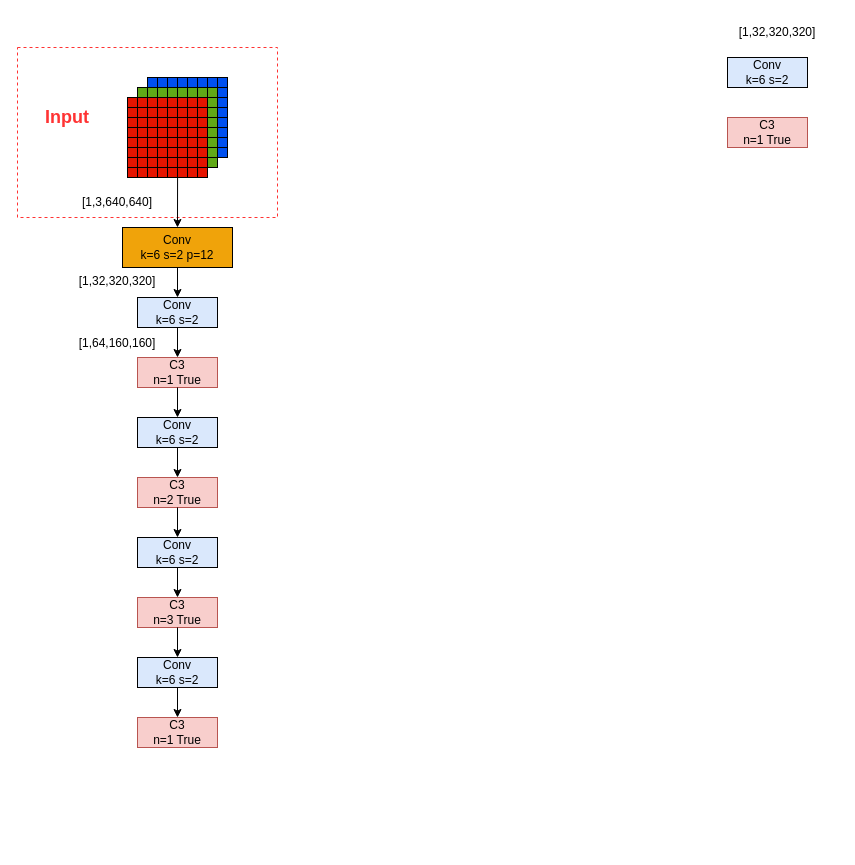
The draw.io diagram Draw.io/本科毕业设计/YOLOv5s_6.x.drawio in Arete-FFF/PicGo, before the edit. Source tidied: cells renumbered, new cells numbered last; positions are measured from the earlier drawing's top-left corner, leaving out a move shared by most shapes. Both pictures are drawn from the tidied source at 100%, with x=0, y=0 at pixel (17, 17).
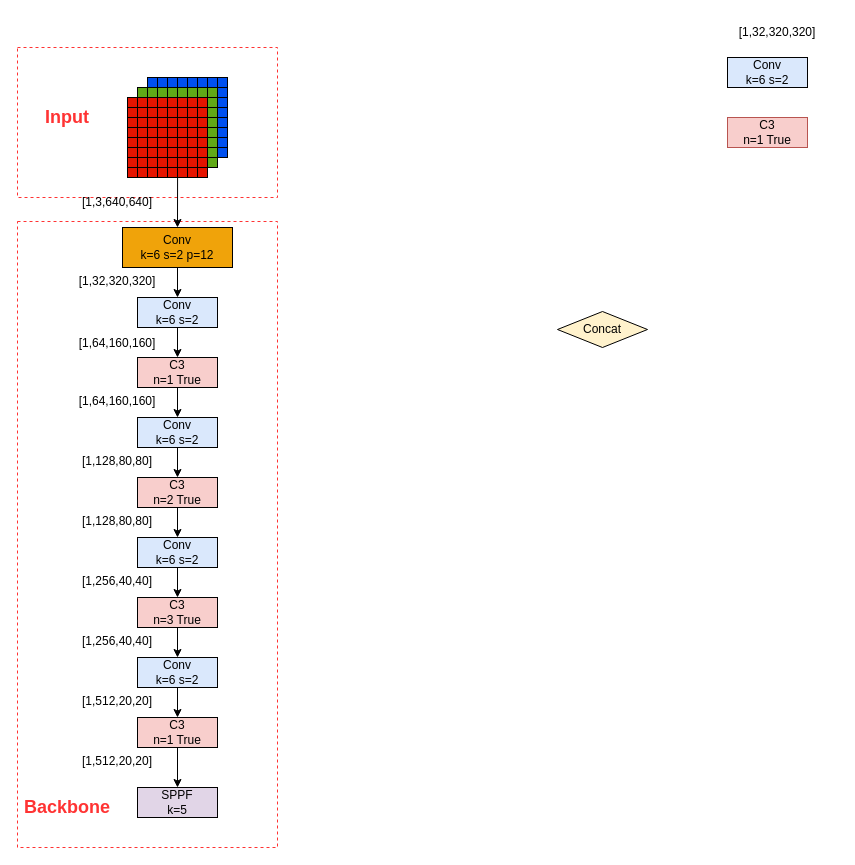
The same page after the edit.

The edit, as a diff of the source:
```diff
@@
+    <mxCell id="74" style="rounded=0;whiteSpace=wrap;html=1;fillColor=none;dashed=1;strokeColor=#FF3333;" parent="1" vertex="1">
+      <mxGeometry y="204" width="260" height="626" as="geometry" />
+    </mxCell>
     <mxCell id="2" style="rounded=0;whiteSpace=wrap;html=1;fillColor=none;dashed=1;strokeColor=#FF3333;" parent="1" vertex="1">
-      <mxGeometry y="30" width="260" height="170" as="geometry" />
+      <mxGeometry y="30" width="260" height="150" as="geometry" />
     </mxCell>
@@
-    <mxCell id="58" value="C3&lt;br&gt;n=1 True" style="rounded=0;whiteSpace=wrap;html=1;fillColor=#f8cecc;strokeColor=#b85450;" parent="1" vertex="1">
+    <mxCell id="58" value="C3&lt;br&gt;n=1 True" style="rounded=0;whiteSpace=wrap;html=1;fillColor=#f8cecc;strokeColor=#000000;" parent="1" vertex="1">
       <mxGeometry x="120" y="340" width="80" height="30" as="geometry" />
     </mxCell>
@@
-    <mxCell id="63" value="C3&lt;br&gt;n=2 True" style="rounded=0;whiteSpace=wrap;html=1;fillColor=#f8cecc;strokeColor=#b85450;" parent="1" vertex="1">
+    <mxCell id="63" value="C3&lt;br&gt;n=2 True" style="rounded=0;whiteSpace=wrap;html=1;fillColor=#f8cecc;strokeColor=#000000;" parent="1" vertex="1">
       <mxGeometry x="120" y="460" width="80" height="30" as="geometry" />
     </mxCell>
@@
-    <mxCell id="66" value="C3&lt;br&gt;n=3 True" style="rounded=0;whiteSpace=wrap;html=1;fillColor=#f8cecc;strokeColor=#b85450;" parent="1" vertex="1">
+    <mxCell id="66" value="C3&lt;br&gt;n=3 True" style="rounded=0;whiteSpace=wrap;html=1;fillColor=#F8CECC;strokeColor=#000000;" parent="1" vertex="1">
       <mxGeometry x="120" y="580" width="80" height="30" as="geometry" />
     </mxCell>
@@
-    <mxCell id="69" value="C3&lt;br&gt;n=1 True" style="rounded=0;whiteSpace=wrap;html=1;fillColor=#f8cecc;strokeColor=#b85450;" parent="1" vertex="1">
+    <mxCell id="69" value="C3&lt;br&gt;n=1 True" style="rounded=0;whiteSpace=wrap;html=1;fillColor=#f8cecc;strokeColor=#000000;" parent="1" vertex="1">
       <mxGeometry x="120" y="700" width="80" height="30" as="geometry" />
     </mxCell>
@@
+    <mxCell id="75" value="[1,64,160,160]" style="rounded=0;whiteSpace=wrap;html=1;fillColor=none;strokeColor=none;" parent="1" vertex="1">
+      <mxGeometry x="60" y="374" width="80" height="20" as="geometry" />
+    </mxCell>
+    <mxCell id="76" value="[1,128,80,80]" style="rounded=0;whiteSpace=wrap;html=1;fillColor=none;strokeColor=none;" parent="1" vertex="1">
+      <mxGeometry x="60" y="434" width="80" height="20" as="geometry" />
+    </mxCell>
+    <mxCell id="77" value="[1,128,80,80]" style="rounded=0;whiteSpace=wrap;html=1;fillColor=none;strokeColor=none;" parent="1" vertex="1">
+      <mxGeometry x="60" y="494" width="80" height="20" as="geometry" />
+    </mxCell>
+    <mxCell id="78" value="[1,256,40,40]" style="rounded=0;whiteSpace=wrap;html=1;fillColor=none;strokeColor=none;" parent="1" vertex="1">
+      <mxGeometry x="60" y="554" width="80" height="20" as="geometry" />
+    </mxCell>
+    <mxCell id="79" value="[1,256,40,40]" style="rounded=0;whiteSpace=wrap;html=1;fillColor=none;strokeColor=none;" parent="1" vertex="1">
+      <mxGeometry x="60" y="614" width="80" height="20" as="geometry" />
+    </mxCell>
+    <mxCell id="80" value="[1,512,20,20]" style="rounded=0;whiteSpace=wrap;html=1;fillColor=none;strokeColor=none;" parent="1" vertex="1">
+      <mxGeometry x="60" y="674" width="80" height="20" as="geometry" />
+    </mxCell>
+    <mxCell id="81" value="SPPF&lt;br&gt;k=5" style="rounded=0;whiteSpace=wrap;html=1;fillColor=#e1d5e7;strokeColor=#000000;" parent="1" vertex="1">
+      <mxGeometry x="120" y="770" width="80" height="30" as="geometry" />
+    </mxCell>
+    <mxCell id="82" style="endArrow=classic;html=1;rounded=0;exitX=0.5;exitY=1;exitDx=0;exitDy=0;" parent="1" edge="1" source="69" target="81">
+      <mxGeometry relative="1" as="geometry" />
+    </mxCell>
+    <mxCell id="83" value="[1,512,20,20]" style="rounded=0;whiteSpace=wrap;html=1;fillColor=none;strokeColor=none;" parent="1" vertex="1">
+      <mxGeometry x="60" y="734" width="80" height="20" as="geometry" />
+    </mxCell>
+    <mxCell id="84" value="&lt;h2&gt;&lt;font color=&quot;#ff3333&quot;&gt;Backbone&lt;/font&gt;&lt;/h2&gt;" style="rounded=0;whiteSpace=wrap;html=1;fillColor=none;strokeColor=none;" parent="1" vertex="1">
+      <mxGeometry y="770" width="100" height="40" as="geometry" />
+    </mxCell>
+    <mxCell id="85" value="Concat" style="rhombus;whiteSpace=wrap;html=1;fillColor=#fff2cc;strokeColor=#000000;" parent="1" vertex="1">
+      <mxGeometry x="540" y="294" width="90" height="36" as="geometry" />
+    </mxCell>
```
